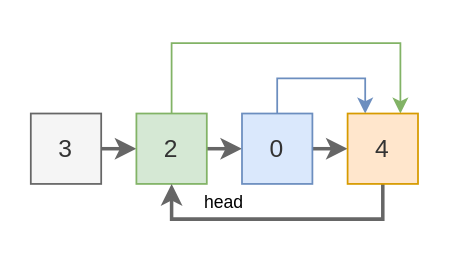
The draw.io diagram page "2_1" (4 of 5) of docs/problems101_200/linked-list-cycle.drawio in hanggrian/grind-leetcode, before the edit. Source tidied: cells renumbered, new cells numbered last; positions are measured from the earlier drawing's top-left corner, leaving out a move shared by most shapes. Both pictures are drawn from the tidied source at 176%, with x=0, y=0 at pixel (30, 42).
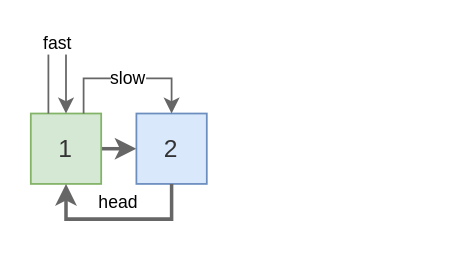
After the change.

The edit, as a diff of the source:
```diff
@@
 <mxGraphModel>
   <root>
     <mxCell id="0" />
     <mxCell id="1" parent="0" />
     <mxCell id="2" style="edgeStyle=orthogonalEdgeStyle;rounded=0;jettySize=auto;html=1;exitX=1;exitY=0.5;exitDx=0;exitDy=0;entryX=0;entryY=0.5;entryDx=0;entryDy=0;fillColor=#f5f5f5;strokeColor=#666666;strokeWidth=2;" parent="1" edge="1" source="3" target="6">
       <mxGeometry relative="1" as="geometry" />
     </mxCell>
-    <mxCell id="3" value="3" style="text;html=1;align=center;verticalAlign=middle;whiteSpace=wrap;rounded=0;fillColor=#f5f5f5;strokeColor=#666666;fontSize=14;fontColor=#333333;" parent="1" vertex="1">
+    <mxCell id="3" value="1" style="text;html=1;align=center;verticalAlign=middle;whiteSpace=wrap;rounded=0;fillColor=#d5e8d4;strokeColor=#82b366;fontSize=14;fontColor=#333333;" parent="1" vertex="1">
       <mxGeometry y="40" width="40" height="40" as="geometry" />
     </mxCell>
-    <mxCell id="4" style="edgeStyle=orthogonalEdgeStyle;rounded=0;jettySize=auto;html=1;exitX=1;exitY=0.5;exitDx=0;exitDy=0;entryX=0;entryY=0.5;entryDx=0;entryDy=0;fillColor=#f5f5f5;strokeColor=#666666;strokeWidth=2;" parent="1" edge="1" source="6" target="9">
-      <mxGeometry relative="1" as="geometry" />
-    </mxCell>
-    <mxCell id="5" style="edgeStyle=orthogonalEdgeStyle;rounded=0;jettySize=auto;html=1;exitX=0.5;exitY=0;exitDx=0;exitDy=0;entryX=0.75;entryY=0;entryDx=0;entryDy=0;fillColor=#d5e8d4;strokeColor=#82b366;" parent="1" edge="1" source="6" target="11">
+    <mxCell id="5" value="&lt;font style=&quot;font-size: 10px;&quot;&gt;fast&lt;/font&gt;" style="edgeStyle=orthogonalEdgeStyle;rounded=0;orthogonalLoop=1;jettySize=auto;html=1;exitX=0.25;exitY=0;exitDx=0;exitDy=0;entryX=0.5;entryY=0;entryDx=0;entryDy=0;fillColor=#f5f5f5;strokeColor=#666666;" parent="1" edge="1" source="3" target="3">
       <mxGeometry relative="1" as="geometry">
         <Array as="points">
-          <mxPoint x="100" />
-          <mxPoint x="270" />
+          <mxPoint x="10" />
+          <mxPoint x="20" />
         </Array>
       </mxGeometry>
     </mxCell>
-    <mxCell id="6" value="2" style="text;html=1;align=center;verticalAlign=middle;whiteSpace=wrap;rounded=0;fillColor=#d5e8d4;strokeColor=#82b366;fontSize=14;fontColor=#333333;" parent="1" vertex="1">
+    <mxCell id="6" value="2" style="text;html=1;align=center;verticalAlign=middle;whiteSpace=wrap;rounded=0;fillColor=#dae8fc;strokeColor=#6c8ebf;fontSize=14;fontColor=#333333;" parent="1" vertex="1">
       <mxGeometry x="60" y="40" width="40" height="40" as="geometry" />
     </mxCell>
-    <mxCell id="7" style="edgeStyle=orthogonalEdgeStyle;rounded=0;jettySize=auto;html=1;exitX=1;exitY=0.5;exitDx=0;exitDy=0;entryX=0;entryY=0.5;entryDx=0;entryDy=0;fillColor=#f5f5f5;strokeColor=#666666;strokeWidth=2;" parent="1" edge="1" source="9" target="11">
-      <mxGeometry relative="1" as="geometry" />
-    </mxCell>
-    <mxCell id="8" style="edgeStyle=orthogonalEdgeStyle;rounded=0;jettySize=auto;html=1;exitX=0.5;exitY=0;exitDx=0;exitDy=0;entryX=0.25;entryY=0;entryDx=0;entryDy=0;fillColor=#dae8fc;strokeColor=#6c8ebf;" parent="1" edge="1" source="9" target="11">
+    <mxCell id="8" value="&lt;font style=&quot;font-size: 10px;&quot;&gt;slow&lt;/font&gt;" style="edgeStyle=orthogonalEdgeStyle;rounded=0;jettySize=auto;html=1;exitX=0.75;exitY=0;exitDx=0;exitDy=0;entryX=0.5;entryY=0;entryDx=0;entryDy=0;fillColor=#f5f5f5;strokeColor=#666666;" parent="1" edge="1" source="3" target="6">
       <mxGeometry relative="1" as="geometry">
         <Array as="points">
-          <mxPoint x="180" y="20" />
-          <mxPoint x="250" y="20" />
+          <mxPoint x="30" y="20" />
+          <mxPoint x="80" y="20" />
         </Array>
       </mxGeometry>
     </mxCell>
-    <mxCell id="9" value="0" style="text;html=1;align=center;verticalAlign=middle;whiteSpace=wrap;rounded=0;fillColor=#dae8fc;strokeColor=#6c8ebf;fontSize=14;fontColor=#333333;" parent="1" vertex="1">
-      <mxGeometry x="120" y="40" width="40" height="40" as="geometry" />
-    </mxCell>
-    <mxCell id="10" style="edgeStyle=orthogonalEdgeStyle;rounded=0;jettySize=auto;html=1;exitX=0.5;exitY=1;exitDx=0;exitDy=0;entryX=0.5;entryY=1;entryDx=0;entryDy=0;strokeWidth=2;fillColor=#f5f5f5;strokeColor=#666666;" parent="1" edge="1" source="11" target="6">
+    <mxCell id="10" style="edgeStyle=orthogonalEdgeStyle;rounded=0;jettySize=auto;html=1;exitX=0.5;exitY=1;exitDx=0;exitDy=0;entryX=0.5;entryY=1;entryDx=0;entryDy=0;strokeWidth=2;fillColor=#f5f5f5;strokeColor=#666666;" parent="1" edge="1" source="6" target="3">
       <mxGeometry relative="1" as="geometry">
         <Array as="points">
-          <mxPoint x="200" y="100" />
           <mxPoint x="80" y="100" />
+          <mxPoint x="20" y="100" />
         </Array>
       </mxGeometry>
     </mxCell>
-    <mxCell id="11" value="4" style="text;html=1;align=center;verticalAlign=middle;whiteSpace=wrap;rounded=0;fillColor=#ffe6cc;strokeColor=#d79b00;fontSize=14;fontStyle=0;fontColor=#333333;" parent="1" vertex="1">
-      <mxGeometry x="180" y="40" width="40" height="40" as="geometry" />
-    </mxCell>
     <mxCell id="12" value="head" style="text;html=1;align=center;verticalAlign=middle;whiteSpace=wrap;rounded=0;fontSize=10;" parent="1" vertex="1">
-      <mxGeometry y="80" width="220" height="20" as="geometry" />
+      <mxGeometry y="80" width="100" height="20" as="geometry" />
     </mxCell>
   </root>
 </mxGraphModel>
```
